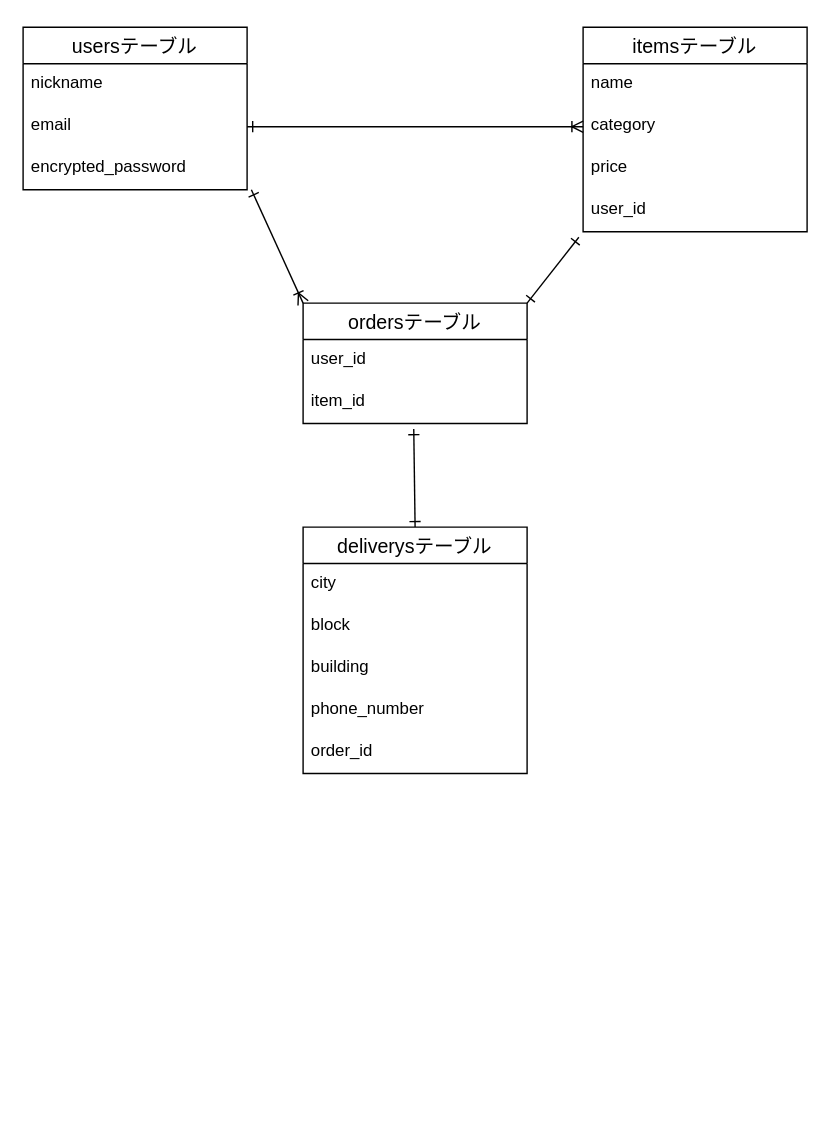
The draw.io diagram page "ページ1" (1 of 2) of furima.dio in soooooooora/furima-39129, before the edit. Source tidied: cells renumbered, new cells numbered last; positions are measured from the earlier drawing's top-left corner, leaving out a move shared by most shapes. Both pictures are drawn from the tidied source at 140%, with x=0, y=0 at pixel (22, 27).
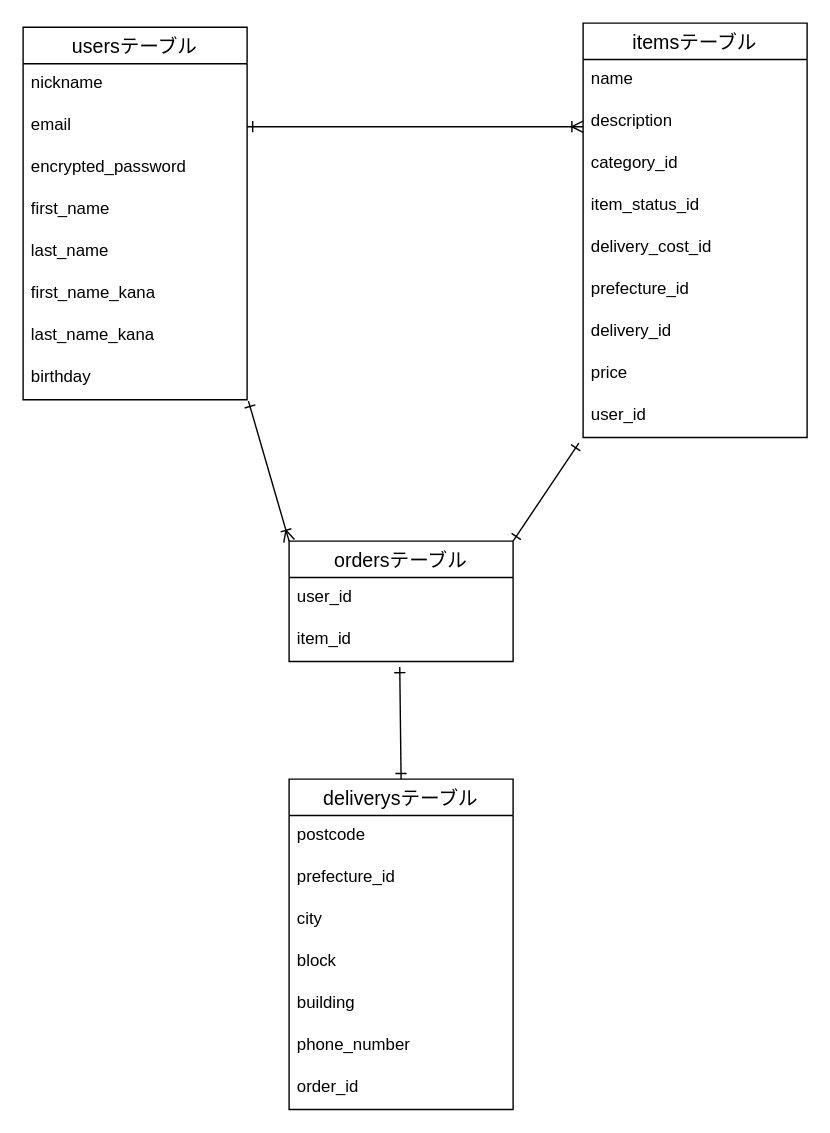
After the change.

Commit message (it also covers changes not shown here):
データベースの設計の修正

The change refers to these unchanged cells:
```xml
<mxCell id="4" value="email" style="text;strokeColor=none;fillColor=none;spacingLeft=4;spacingRight=4;overflow=hidden;points=[[0,0.5],[1,0.5]];portConstraint=eastwest;fontSize=12;" parent="2" vertex="1">
  <mxGeometry y="56" width="160" height="30" as="geometry" />
</mxCell>
<mxCell id="5" value="encrypted_password" style="text;strokeColor=none;fillColor=none;spacingLeft=4;spacingRight=4;overflow=hidden;points=[[0,0.5],[1,0.5]];portConstraint=eastwest;fontSize=12;" parent="2" vertex="1">
  <mxGeometry y="86" width="160" height="30" as="geometry" />
</mxCell>
```

Change to the diagram source:
```diff
@@
     <mxCell id="2" value="usersテーブル" style="swimlane;fontStyle=0;horizontal=1;startSize=26;align=center;fontSize=14;" parent="1" vertex="1">
-      <mxGeometry width="160" height="116" as="geometry" />
+      <mxGeometry width="160" height="266" as="geometry" />
     </mxCell>
@@
-    <mxCell id="6" style="edgeStyle=none;html=1;exitX=0;exitY=0;exitDx=0;exitDy=0;entryX=1.019;entryY=1;entryDx=0;entryDy=0;entryPerimeter=0;startArrow=ERoneToMany;startFill=0;endArrow=ERone;endFill=0;" parent="1" edge="1" source="8" target="5">
-      <mxGeometry relative="1" as="geometry" />
-    </mxCell>
+    <mxCell id="24" value="first_name" style="text;strokeColor=none;fillColor=none;spacingLeft=4;spacingRight=4;overflow=hidden;fontSize=12;" parent="2" vertex="1">
+      <mxGeometry y="116" width="160" height="30" as="geometry" />
+    </mxCell>
+    <mxCell id="25" value="last_name" style="text;strokeColor=none;fillColor=none;spacingLeft=4;spacingRight=4;overflow=hidden;fontSize=12;" parent="2" vertex="1">
+      <mxGeometry y="146" width="160" height="30" as="geometry" />
+    </mxCell>
+    <mxCell id="26" value="first_name_kana" style="text;strokeColor=none;fillColor=none;spacingLeft=4;spacingRight=4;overflow=hidden;fontSize=12;" parent="2" vertex="1">
+      <mxGeometry y="176" width="160" height="30" as="geometry" />
+    </mxCell>
+    <mxCell id="27" value="last_name_kana" style="text;strokeColor=none;fillColor=none;spacingLeft=4;spacingRight=4;overflow=hidden;fontSize=12;" parent="2" vertex="1">
+      <mxGeometry y="206" width="160" height="30" as="geometry" />
+    </mxCell>
+    <mxCell id="28" value="birthday" style="text;strokeColor=none;fillColor=none;spacingLeft=4;spacingRight=4;overflow=hidden;points=[[0,0.5],[1,0.5]];portConstraint=eastwest;fontSize=12;" parent="2" vertex="1">
+      <mxGeometry y="236" width="160" height="30" as="geometry" />
+    </mxCell>
@@
+    <mxCell id="29" style="edgeStyle=none;html=1;exitX=0;exitY=0;exitDx=0;exitDy=0;entryX=1.006;entryY=1.033;entryDx=0;entryDy=0;entryPerimeter=0;startArrow=ERoneToMany;startFill=0;endArrow=ERone;endFill=0;" parent="1" edge="1" source="8" target="28">
+      <mxGeometry relative="1" as="geometry" />
+    </mxCell>
     <mxCell id="8" value="ordersテーブル" style="swimlane;fontStyle=0;horizontal=1;startSize=26;align=center;fontSize=14;" parent="1" vertex="1">
-      <mxGeometry x="200" y="197" width="160" height="86" as="geometry" />
+      <mxGeometry x="190" y="367" width="160" height="86" as="geometry" />
     </mxCell>
@@
     <mxCell id="11" value="itemsテーブル" style="swimlane;fontStyle=0;horizontal=1;startSize=26;align=center;fontSize=14;" parent="1" vertex="1">
-      <mxGeometry x="400" width="160" height="146" as="geometry" />
+      <mxGeometry x="400" y="-3" width="160" height="296" as="geometry" />
     </mxCell>
@@
-    <mxCell id="13" value="category" style="text;strokeColor=none;fillColor=none;spacingLeft=4;spacingRight=4;overflow=hidden;points=[[0,0.5],[1,0.5]];portConstraint=eastwest;fontSize=12;" parent="11" vertex="1">
-      <mxGeometry y="56" width="160" height="30" as="geometry" />
-    </mxCell>
+    <mxCell id="30" value="description" style="text;strokeColor=none;fillColor=none;spacingLeft=4;spacingRight=4;overflow=hidden;fontSize=12;" parent="11" vertex="1">
+      <mxGeometry y="56" width="160" height="30" as="geometry" />
+    </mxCell>
+    <mxCell id="31" value="category_id" style="text;strokeColor=none;fillColor=none;spacingLeft=4;spacingRight=4;overflow=hidden;fontSize=12;" parent="11" vertex="1">
+      <mxGeometry y="86" width="160" height="30" as="geometry" />
+    </mxCell>
+    <mxCell id="32" value="item_status_id" style="text;strokeColor=none;fillColor=none;spacingLeft=4;spacingRight=4;overflow=hidden;fontSize=12;" parent="11" vertex="1">
+      <mxGeometry y="116" width="160" height="30" as="geometry" />
+    </mxCell>
+    <mxCell id="33" value="delivery_cost_id" style="text;strokeColor=none;fillColor=none;spacingLeft=4;spacingRight=4;overflow=hidden;fontSize=12;" parent="11" vertex="1">
+      <mxGeometry y="146" width="160" height="30" as="geometry" />
+    </mxCell>
+    <mxCell id="34" value="prefecture_id" style="text;strokeColor=none;fillColor=none;spacingLeft=4;spacingRight=4;overflow=hidden;fontSize=12;" parent="11" vertex="1">
+      <mxGeometry y="176" width="160" height="30" as="geometry" />
+    </mxCell>
+    <mxCell id="35" value="delivery_id" style="text;strokeColor=none;fillColor=none;spacingLeft=4;spacingRight=4;overflow=hidden;fontSize=12;" parent="11" vertex="1">
+      <mxGeometry y="206" width="160" height="30" as="geometry" />
+    </mxCell>
     <mxCell id="14" value="price" style="text;strokeColor=none;fillColor=none;spacingLeft=4;spacingRight=4;overflow=hidden;fontSize=12;" parent="11" vertex="1">
-      <mxGeometry y="86" width="160" height="30" as="geometry" />
+      <mxGeometry y="236" width="160" height="30" as="geometry" />
     </mxCell>
     <mxCell id="15" value="user_id" style="text;strokeColor=none;fillColor=none;spacingLeft=4;spacingRight=4;overflow=hidden;points=[[0,0.5],[1,0.5]];portConstraint=eastwest;fontSize=12;" parent="11" vertex="1">
-      <mxGeometry y="116" width="160" height="30" as="geometry" />
+      <mxGeometry y="266" width="160" height="30" as="geometry" />
     </mxCell>
@@
     <mxCell id="17" value="deliverysテーブル" style="swimlane;fontStyle=0;horizontal=1;startSize=26;align=center;fontSize=14;" parent="1" vertex="1">
-      <mxGeometry x="200" y="357" width="160" height="176" as="geometry" />
+      <mxGeometry x="190" y="537" width="160" height="236" as="geometry" />
     </mxCell>
+    <mxCell id="36" value="postcode" style="text;strokeColor=none;fillColor=none;spacingLeft=4;spacingRight=4;overflow=hidden;fontSize=12;" parent="17" vertex="1">
+      <mxGeometry y="26" width="160" height="30" as="geometry" />
+    </mxCell>
+    <mxCell id="37" value="prefecture_id" style="text;strokeColor=none;fillColor=none;spacingLeft=4;spacingRight=4;overflow=hidden;fontSize=12;" parent="17" vertex="1">
+      <mxGeometry y="56" width="160" height="30" as="geometry" />
+    </mxCell>
     <mxCell id="18" value="city" style="text;strokeColor=none;fillColor=none;spacingLeft=4;spacingRight=4;overflow=hidden;fontSize=12;" parent="17" vertex="1">
-      <mxGeometry y="26" width="160" height="30" as="geometry" />
+      <mxGeometry y="86" width="160" height="30" as="geometry" />
     </mxCell>
     <mxCell id="19" value="block" style="text;strokeColor=none;fillColor=none;spacingLeft=4;spacingRight=4;overflow=hidden;fontSize=12;" parent="17" vertex="1">
-      <mxGeometry y="56" width="160" height="30" as="geometry" />
+      <mxGeometry y="116" width="160" height="30" as="geometry" />
     </mxCell>
     <mxCell id="20" value="building" style="text;strokeColor=none;fillColor=none;spacingLeft=4;spacingRight=4;overflow=hidden;fontSize=12;" parent="17" vertex="1">
-      <mxGeometry y="86" width="160" height="30" as="geometry" />
+      <mxGeometry y="146" width="160" height="30" as="geometry" />
     </mxCell>
     <mxCell id="21" value="phone_number" style="text;strokeColor=none;fillColor=none;spacingLeft=4;spacingRight=4;overflow=hidden;fontSize=12;" parent="17" vertex="1">
-      <mxGeometry y="116" width="160" height="30" as="geometry" />
+      <mxGeometry y="176" width="160" height="30" as="geometry" />
     </mxCell>
     <mxCell id="22" value="order_id" style="text;strokeColor=none;fillColor=none;spacingLeft=4;spacingRight=4;overflow=hidden;fontSize=12;" parent="17" vertex="1">
-      <mxGeometry y="146" width="160" height="30" as="geometry" />
+      <mxGeometry y="206" width="160" height="30" as="geometry" />
     </mxCell>
-    <mxCell id="23" style="edgeStyle=none;html=1;exitX=1;exitY=0.5;exitDx=0;exitDy=0;entryX=0;entryY=0.5;entryDx=0;entryDy=0;startArrow=ERone;startFill=0;endArrow=ERoneToMany;endFill=0;" parent="1" edge="1" source="4" target="13">
-      <mxGeometry relative="1" as="geometry" />
+    <mxCell id="23" style="edgeStyle=none;html=1;exitX=1;exitY=0.5;exitDx=0;exitDy=0;entryX=0;entryY=0.5;entryDx=0;entryDy=0;startArrow=ERone;startFill=0;endArrow=ERoneToMany;endFill=0;" parent="1" edge="1" source="4">
+      <mxGeometry relative="1" as="geometry">
+        <mxPoint x="400" y="71" as="targetPoint" />
+      </mxGeometry>
     </mxCell>
```
